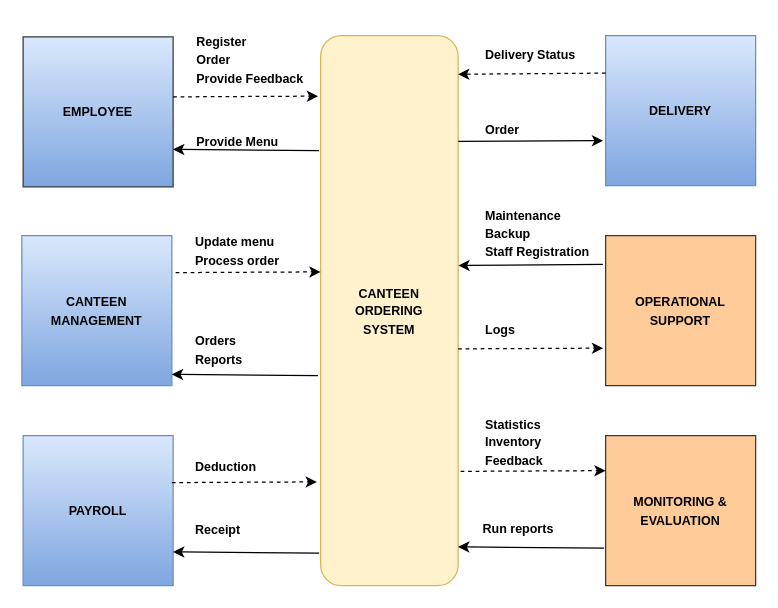
The draw.io diagram page "Context Diagram" (3 of 5) of canteen_management.drawio in ysebega/ysebega, before the edit. Source tidied: cells renumbered, new cells numbered last; positions are measured from the earlier drawing's top-left corner, leaving out a move shared by most shapes. Both pictures are drawn from the tidied source at 125%, with x=0, y=0 at pixel (21, 21).
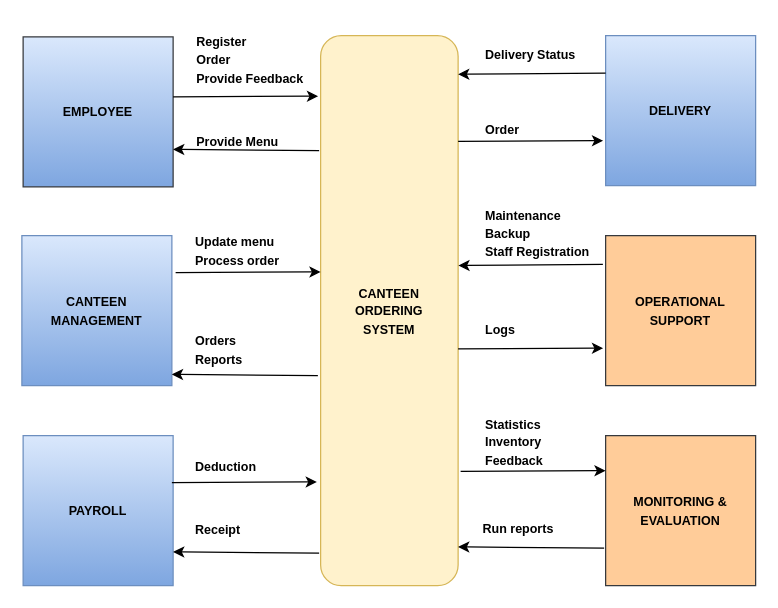
The same diagram, later.

Unchanged cells that the change refers to:
```xml
<mxCell id="5" value="&lt;b&gt;&lt;font style=&quot;font-size: 10px;&quot;&gt;DELIVERY&lt;/font&gt;&lt;/b&gt;" style="whiteSpace=wrap;html=1;fillColor=#dae8fc;gradientColor=#7ea6e0;strokeColor=#6c8ebf;" parent="1" vertex="1">
  <mxGeometry x="467" y="11" width="120" height="120" as="geometry" />
</mxCell>
```

Diff of the diagram source:
```diff
@@
-    <mxCell id="6" style="endArrow=classic;html=1;rounded=0;exitX=1;exitY=0.25;exitDx=0;exitDy=0;entryX=-0.018;entryY=0.069;entryDx=0;entryDy=0;entryPerimeter=0;dashed=1;" parent="1" edge="1">
+    <mxCell id="6" style="endArrow=classic;html=1;rounded=0;exitX=1;exitY=0.25;exitDx=0;exitDy=0;entryX=-0.018;entryY=0.069;entryDx=0;entryDy=0;entryPerimeter=0;" parent="1" edge="1">
       <mxGeometry relative="1" as="geometry">
         <mxPoint x="121" y="60" as="sourcePoint" />
         <mxPoint x="237" y="59.4" as="targetPoint" />
       </mxGeometry>
     </mxCell>
@@
-    <mxCell id="12" style="endArrow=classic;html=1;rounded=0;exitX=1;exitY=0.25;exitDx=0;exitDy=0;entryX=-0.018;entryY=0.069;entryDx=0;entryDy=0;entryPerimeter=0;dashed=1;" parent="1" edge="1">
+    <mxCell id="12" style="endArrow=classic;html=1;rounded=0;exitX=1;exitY=0.25;exitDx=0;exitDy=0;entryX=-0.018;entryY=0.069;entryDx=0;entryDy=0;entryPerimeter=0;" parent="1" edge="1">
       <mxGeometry relative="1" as="geometry">
         <mxPoint x="120" y="368.6" as="sourcePoint" />
         <mxPoint x="236" y="368" as="targetPoint" />
       </mxGeometry>
     </mxCell>
-    <mxCell id="13" style="endArrow=classic;html=1;rounded=0;exitX=1;exitY=0.25;exitDx=0;exitDy=0;entryX=-0.018;entryY=0.069;entryDx=0;entryDy=0;entryPerimeter=0;dashed=1;" parent="1" edge="1">
+    <mxCell id="13" style="endArrow=classic;html=1;rounded=0;exitX=1;exitY=0.25;exitDx=0;exitDy=0;entryX=-0.018;entryY=0.069;entryDx=0;entryDy=0;entryPerimeter=0;" parent="1" edge="1">
       <mxGeometry relative="1" as="geometry">
         <mxPoint x="123" y="200.6" as="sourcePoint" />
         <mxPoint x="239" y="200" as="targetPoint" />
       </mxGeometry>
     </mxCell>
@@
-    <mxCell id="15" style="endArrow=classic;html=1;rounded=0;dashed=1;fontSize=10;entryX=1.029;entryY=0.418;entryDx=0;entryDy=0;entryPerimeter=0;exitX=0;exitY=0.25;exitDx=0;exitDy=0;" parent="1" edge="1" source="5">
+    <mxCell id="15" style="endArrow=classic;html=1;rounded=0;fontSize=10;entryX=1.029;entryY=0.418;entryDx=0;entryDy=0;entryPerimeter=0;exitX=0;exitY=0.25;exitDx=0;exitDy=0;" parent="1" edge="1" source="5">
       <mxGeometry relative="1" as="geometry">
         <mxPoint x="349" y="41.9" as="targetPoint" />
       </mxGeometry>
     </mxCell>
@@
-    <mxCell id="18" style="endArrow=classic;html=1;rounded=0;exitX=1;exitY=0.25;exitDx=0;exitDy=0;entryX=-0.018;entryY=0.069;entryDx=0;entryDy=0;entryPerimeter=0;dashed=1;" parent="1" edge="1">
+    <mxCell id="18" style="endArrow=classic;html=1;rounded=0;exitX=1;exitY=0.25;exitDx=0;exitDy=0;entryX=-0.018;entryY=0.069;entryDx=0;entryDy=0;entryPerimeter=0;" parent="1" edge="1">
       <mxGeometry relative="1" as="geometry">
         <mxPoint x="349" y="261.6" as="sourcePoint" />
         <mxPoint x="465" y="261" as="targetPoint" />
       </mxGeometry>
     </mxCell>
@@
-    <mxCell id="29" style="endArrow=classic;html=1;rounded=0;exitX=1;exitY=0.25;exitDx=0;exitDy=0;entryX=-0.018;entryY=0.069;entryDx=0;entryDy=0;entryPerimeter=0;dashed=1;" parent="1" edge="1">
+    <mxCell id="29" style="endArrow=classic;html=1;rounded=0;exitX=1;exitY=0.25;exitDx=0;exitDy=0;entryX=-0.018;entryY=0.069;entryDx=0;entryDy=0;entryPerimeter=0;" parent="1" edge="1">
       <mxGeometry relative="1" as="geometry">
         <mxPoint x="351" y="359.6" as="sourcePoint" />
         <mxPoint x="467" y="359" as="targetPoint" />
       </mxGeometry>
     </mxCell>
```
